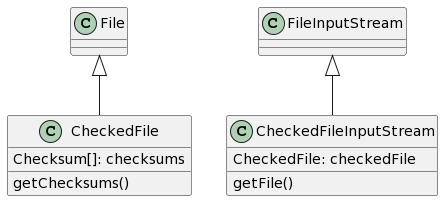
This is docs/user/metacat/source/images/checkedFile-class.png from NCEAS/metacat, a PlantUML export, as it was before one commit.
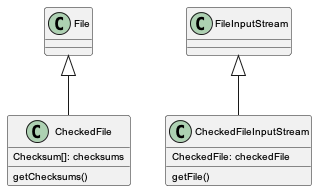
After the commit.

What changed in the source:
```diff
@@ -1,4 +1,62 @@
-@startuml
+@startuml images/checkedFile-class.png
+skinparam activityFontColor black
+skinparam activityFontSize 10
+skinparam activityFontName arial
+skinparam activityArrowFontColor black
+skinparam activityArrowFontSize 10
+skinparam activityArrowFontName arial
+skinparam classArrowFontColor black
+skinparam classArrowFontSize 10
+skinparam classArrowFontName arial
+skinparam classAttributeFontColor black
+skinparam classAttributeFontSize 10
+skinparam classAttributeFontName arial
+skinparam classFontColor black
+skinparam classFontSize 10
+skinparam classFontName arial
+skinparam componentFontColor black
+skinparam componentFontSize 10
+skinparam componentFontName arial
+skinparam componentArrowFontColor black
+skinparam componentArrowFontSize 10
+skinparam componentArrowFontName arial
+skinparam noteFontColor black
+skinparam noteFontSize 10
+skinparam noteFontName arial
+skinparam packageFontColor black
+skinparam packageFontSize 10
+skinparam packageFontName arial
+skinparam sequenceActorFontColor black
+skinparam sequenceActorFontSize 10
+skinparam sequenceActorFontName arial
+skinparam sequenceArrowFontColor black
+skinparam sequenceArrowFontSize 10
+skinparam sequenceArrowFontName arial
+skinparam sequenceGroupingFontColor black
+skinparam sequenceGroupingFontSize 10
+skinparam sequenceGroupingFontName arial
+skinparam sequenceGroupingHeaderFontColor black
+skinparam sequenceGroupingHeaderFontSize 10
+skinparam sequenceGroupingHeaderFontName arial
+skinparam sequenceParticipantFontColor black
+skinparam sequenceParticipantFontSize 10
+skinparam sequenceParticipantFontName arial
+skinparam sequenceTitleFontColor black
+skinparam sequenceTitleFontSize 10
+skinparam sequenceTitleFontName arial
+skinparam titleFontColor black
+skinparam titleFontSize 10
+skinparam titleFontName arial
+skinparam usecaseFontColor black
+skinparam usecaseFontSize 7
+skinparam usecaseFontName arial
+skinparam usecaseActorFontColor black
+skinparam usecaseActorFontSize 7
+skinparam usecaseActorFontName arial
+skinparam usecaseArrowFontColor black
+skinparam usecaseArrowFontSize 7
+skinparam usecaseArrowFontName arial
+
 File <|-- CheckedFile
 CheckedFile : Checksum[]: checksums
 CheckedFile : getChecksums()
@@ -6,4 +64,5 @@
 FileInputStream <|-- CheckedFileInputStream
 CheckedFileInputStream : CheckedFile: checkedFile
 CheckedFileInputStream : getFile()
+
 @enduml
```
